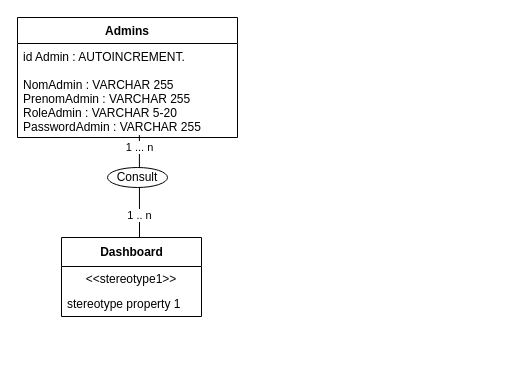
Before: Conceptions/Merise/MCD.drawio in JAMALEEY/Application-de-gestion-d-cole-BETA, a draw.io diagram. Source tidied: cells renumbered, new cells numbered last; positions are measured from the earlier drawing's top-left corner, leaving out a move shared by most shapes. Both pictures are drawn from the tidied source at 100%, with x=0, y=0 at pixel (17, 17).
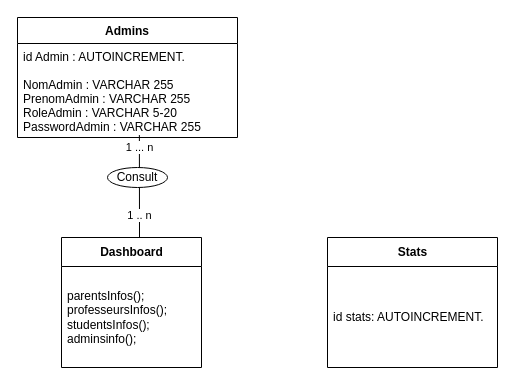
The same diagram, later.

Change to the diagram source:
```diff
@@
 <mxGraphModel>
   <root>
     <mxCell id="0" />
     <mxCell id="1" parent="0" />
     <mxCell id="2" value="Admins" style="swimlane;fontStyle=1;align=center;verticalAlign=top;horizontal=1;startSize=26;" parent="1" vertex="1">
       <mxGeometry width="220" height="120" as="geometry" />
     </mxCell>
     <mxCell id="3" value="id Admin : AUTOINCREMENT.&#10;&#10;NomAdmin : VARCHAR 255&#10;PrenomAdmin : VARCHAR 255&#10;RoleAdmin : VARCHAR 5-20&#10;PasswordAdmin : VARCHAR 255&#10;" style="text;strokeColor=none;fillColor=none;align=left;verticalAlign=top;spacingLeft=4;spacingRight=4;overflow=hidden;points=[[0,0.5],[1,0.5]];portConstraint=eastwest;" parent="2" vertex="1">
       <mxGeometry y="26" width="220" height="94" as="geometry" />
     </mxCell>
     <mxCell id="4" value="1 ... n" style="endArrow=none;html=1;entryX=0.554;entryY=0.974;entryDx=0;entryDy=0;entryPerimeter=0;" parent="1" edge="1" target="3">
       <mxGeometry x="0.76" relative="1" as="geometry">
         <mxPoint x="122" y="220" as="sourcePoint" />
       </mxGeometry>
     </mxCell>
     <mxCell id="5" value="1 .. n&lt;br&gt;" style="edgeLabel;html=1;align=center;verticalAlign=middle;" parent="4" vertex="1">
       <mxGeometry x="-0.56" relative="1" as="geometry" />
     </mxCell>
     <mxCell id="6" value="Consult" style="ellipse;whiteSpace=wrap;html=1;" parent="1" vertex="1">
       <mxGeometry x="90" y="150" width="60" height="20" as="geometry" />
     </mxCell>
     <mxCell id="7" value="Dashboard" style="swimlane;fontStyle=1;align=center;verticalAlign=middle;horizontal=1;startSize=29;html=1;" parent="1" vertex="1">
-      <mxGeometry x="44" y="220" width="140" height="79" as="geometry" />
+      <mxGeometry x="44" y="220" width="140" height="130" as="geometry" />
     </mxCell>
-    <mxCell id="8" value="&amp;lt;&amp;lt;stereotype1&amp;gt;&amp;gt;" style="text;html=1;strokeColor=none;fillColor=none;align=center;verticalAlign=middle;spacingLeft=4;spacingRight=4;overflow=hidden;" parent="7" vertex="1">
-      <mxGeometry y="29" width="140" height="25" as="geometry" />
-    </mxCell>
-    <mxCell id="9" value="stereotype property 1" style="text;html=1;strokeColor=none;fillColor=none;align=left;verticalAlign=middle;spacingLeft=4;spacingRight=4;overflow=hidden;" parent="7" vertex="1">
-      <mxGeometry y="54" width="140" height="25" as="geometry" />
+    <mxCell id="9" value="parentsInfos();&lt;br style=&quot;padding: 0px ; margin: 0px&quot;&gt;professeursInfos();&lt;br style=&quot;padding: 0px ; margin: 0px&quot;&gt;studentsInfos();&lt;br style=&quot;padding: 0px ; margin: 0px&quot;&gt;adminsinfo();" style="text;html=1;strokeColor=none;fillColor=none;align=left;verticalAlign=middle;spacingLeft=4;spacingRight=4;overflow=hidden;" parent="7" vertex="1">
+      <mxGeometry y="29" width="140" height="101" as="geometry" />
     </mxCell>
+    <mxCell id="10" value="Stats" style="swimlane;fontStyle=1;align=center;verticalAlign=middle;horizontal=1;startSize=29;html=1;" parent="1" vertex="1">
+      <mxGeometry x="310" y="220" width="170" height="130" as="geometry" />
+    </mxCell>
+    <mxCell id="11" value="id stats: AUTOINCREMENT." style="text;html=1;strokeColor=none;fillColor=none;align=left;verticalAlign=middle;spacingLeft=4;spacingRight=4;overflow=hidden;" parent="10" vertex="1">
+      <mxGeometry y="29" width="170" height="101" as="geometry" />
+    </mxCell>
   </root>
 </mxGraphModel>
```
